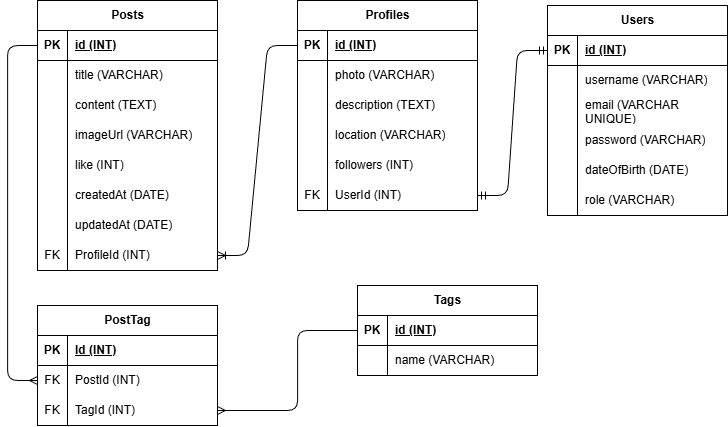
Earlier version of the draw.io export erd.drawio.png (fauzanr23/Pair-Project-Social-Media). Source tidied: cells renumbered, new cells last; positions are measured from the earlier drawing's top-left corner, leaving out a move shared by most shapes.
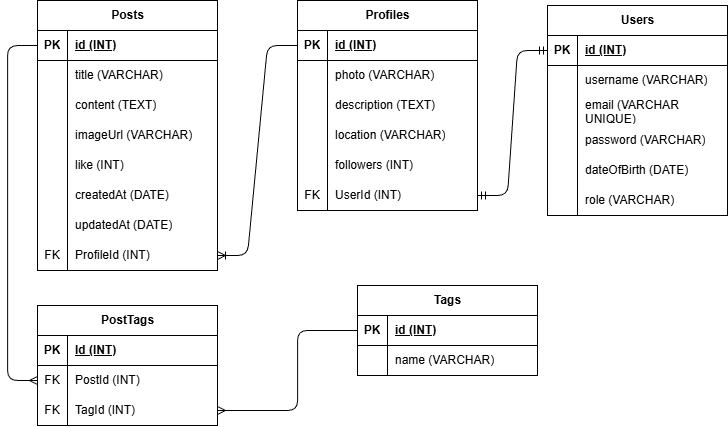
The same file after the commit.

Diff of the diagram source:
```diff
@@ -212,7 +212,7 @@
     <mxCell id="71" value="name (VARCHAR)" style="shape=partialRectangle;fillColor=none;top=0;left=0;bottom=0;right=0;align=left;spacingLeft=6;overflow=hidden;whiteSpace=wrap;html=1;" parent="69" vertex="1">
       <mxGeometry x="30" width="150" height="30" as="geometry" />
     </mxCell>
-    <mxCell id="72" value="PostTag" style="shape=table;startSize=30;rowLines=0;fontStyle=1;align=center;html=1;" parent="1" vertex="1">
+    <mxCell id="72" value="PostTags" style="shape=table;startSize=30;rowLines=0;fontStyle=1;align=center;html=1;" parent="1" vertex="1">
       <mxGeometry x="30" y="305" width="180" height="120" as="geometry" />
     </mxCell>
     <mxCell id="73" style="shape=tableRow;horizontal=0;startSize=0;swimlaneHead=0;swimlaneBody=0;fillColor=none;top=0;left=0;right=0;bottom=1;" parent="72" vertex="1">
```
